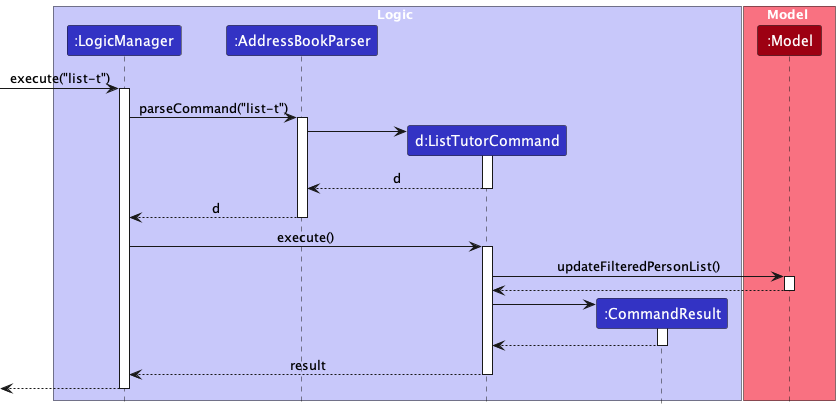
Earlier version of the PlantUML export docs/images/ListTutorSequenceDiagram.png (nus-cs2103-AY2324S1/tp).
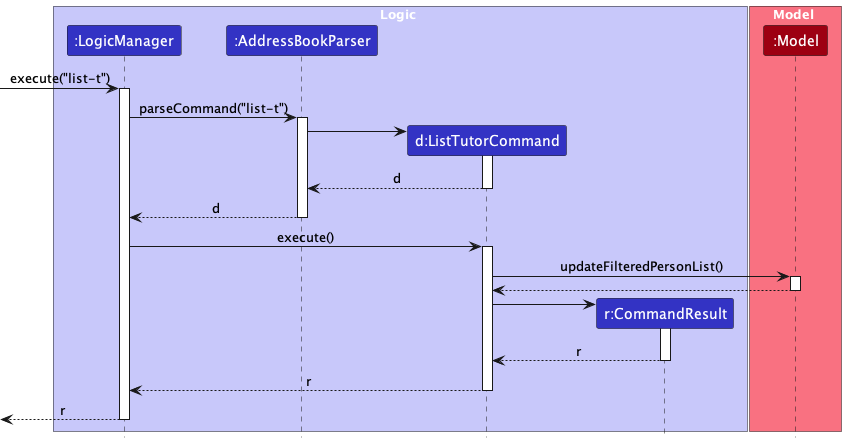
After the change.

Commit message:
Update sequence diagrams in DG

The edit, as a diff of the source:
```diff
@@ -6,7 +6,7 @@
 participant ":LogicManager" as LogicManager LOGIC_COLOR
 participant ":AddressBookParser" as AddressBookParser LOGIC_COLOR
 participant "d:ListTutorCommand" as ListTutorCommand LOGIC_COLOR
-participant ":CommandResult" as CommandResult LOGIC_COLOR
+participant "r:CommandResult" as CommandResult LOGIC_COLOR
 end box
 
 box Model MODEL_COLOR_T1
@@ -41,12 +41,12 @@
 ListTutorCommand -> CommandResult
 activate CommandResult
 
-CommandResult --> ListTutorCommand
+CommandResult --> ListTutorCommand : r
 deactivate CommandResult
 
-ListTutorCommand --> LogicManager : result
+ListTutorCommand --> LogicManager : r
 deactivate ListTutorCommand
 
-[<--LogicManager
+[<--LogicManager : r
 deactivate LogicManager
 @enduml
```
